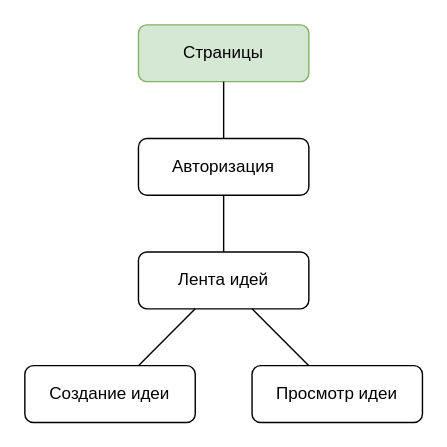
This is Untitled Diagram.drawio from Vishenka4ka/Suggest_an_idea, a draw.io file, before an edit. Source tidied: cells renumbered, new cells numbered last; positions are measured from the earlier drawing's top-left corner, leaving out a move shared by most shapes. Both pictures are drawn from the tidied source at 142%, with x=0, y=0 at pixel (24, 24).
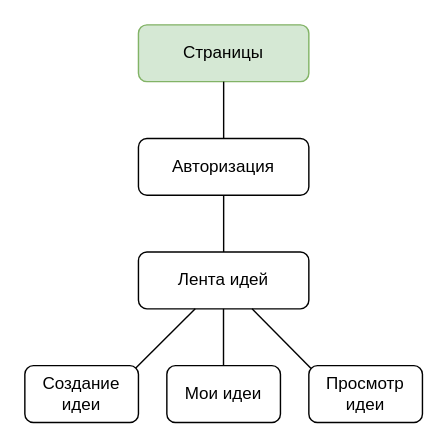
The same page after the edit.

Diff of the diagram source:
```diff
@@
 <mxGraphModel>
   <root>
     <mxCell id="0" />
     <mxCell id="1" parent="0" />
     <mxCell id="2" value="Страницы" style="rounded=1;whiteSpace=wrap;html=1;fillColor=#d5e8d4;strokeColor=#82b366;" parent="1" vertex="1">
       <mxGeometry x="80" width="120" height="40" as="geometry" />
     </mxCell>
     <mxCell id="3" style="endArrow=none;html=1;rounded=0;entryX=0.5;entryY=1;entryDx=0;entryDy=0;" parent="1" edge="1" target="2">
       <mxGeometry relative="1" as="geometry">
         <mxPoint x="140" y="80" as="sourcePoint" />
       </mxGeometry>
     </mxCell>
     <mxCell id="4" value="Авторизация" style="rounded=1;whiteSpace=wrap;html=1;" parent="1" vertex="1">
       <mxGeometry x="80" y="80" width="120" height="40" as="geometry" />
     </mxCell>
     <mxCell id="5" style="endArrow=none;html=1;rounded=0;entryX=0.5;entryY=1;entryDx=0;entryDy=0;" parent="1" edge="1">
       <mxGeometry relative="1" as="geometry">
         <mxPoint x="140" y="160" as="sourcePoint" />
         <mxPoint x="140" y="120" as="targetPoint" />
       </mxGeometry>
     </mxCell>
     <mxCell id="6" value="Лента идей" style="rounded=1;whiteSpace=wrap;html=1;" parent="1" vertex="1">
       <mxGeometry x="80" y="160" width="120" height="40" as="geometry" />
     </mxCell>
-    <mxCell id="7" style="endArrow=none;html=1;rounded=0;entryX=0.5;entryY=1;entryDx=0;entryDy=0;" parent="1" edge="1">
+    <mxCell id="7" style="endArrow=none;html=1;rounded=0;entryX=0.5;entryY=1;entryDx=0;entryDy=0;exitX=0.97;exitY=0.054;exitDx=0;exitDy=0;exitPerimeter=0;" parent="1" edge="1" source="9">
       <mxGeometry relative="1" as="geometry">
-        <mxPoint x="80" y="240" as="sourcePoint" />
         <mxPoint x="120" y="200" as="targetPoint" />
       </mxGeometry>
     </mxCell>
-    <mxCell id="8" style="endArrow=none;html=1;rounded=0;" parent="1" edge="1">
+    <mxCell id="8" style="endArrow=none;html=1;rounded=0;exitX=0.024;exitY=0.061;exitDx=0;exitDy=0;exitPerimeter=0;" parent="1" edge="1" source="10">
       <mxGeometry relative="1" as="geometry">
-        <mxPoint x="200" y="240" as="sourcePoint" />
         <mxPoint x="160" y="200" as="targetPoint" />
       </mxGeometry>
     </mxCell>
     <mxCell id="9" value="Создание идеи" style="rounded=1;whiteSpace=wrap;html=1;" parent="1" vertex="1">
-      <mxGeometry y="240" width="120" height="40" as="geometry" />
+      <mxGeometry y="240" width="80" height="40" as="geometry" />
     </mxCell>
     <mxCell id="10" value="Просмотр идеи" style="rounded=1;whiteSpace=wrap;html=1;" parent="1" vertex="1">
-      <mxGeometry x="160" y="240" width="120" height="40" as="geometry" />
+      <mxGeometry x="200" y="240" width="80" height="40" as="geometry" />
     </mxCell>
+    <mxCell id="11" style="endArrow=none;html=1;rounded=0;entryX=0.5;entryY=1;entryDx=0;entryDy=0;" parent="1" edge="1">
+      <mxGeometry relative="1" as="geometry">
+        <mxPoint x="139.9" y="240" as="sourcePoint" />
+        <mxPoint x="139.9" y="200" as="targetPoint" />
+      </mxGeometry>
+    </mxCell>
+    <mxCell id="12" value="Мои идеи" style="rounded=1;whiteSpace=wrap;html=1;" parent="1" vertex="1">
+      <mxGeometry x="100" y="240" width="80" height="40" as="geometry" />
+    </mxCell>
   </root>
 </mxGraphModel>
```
